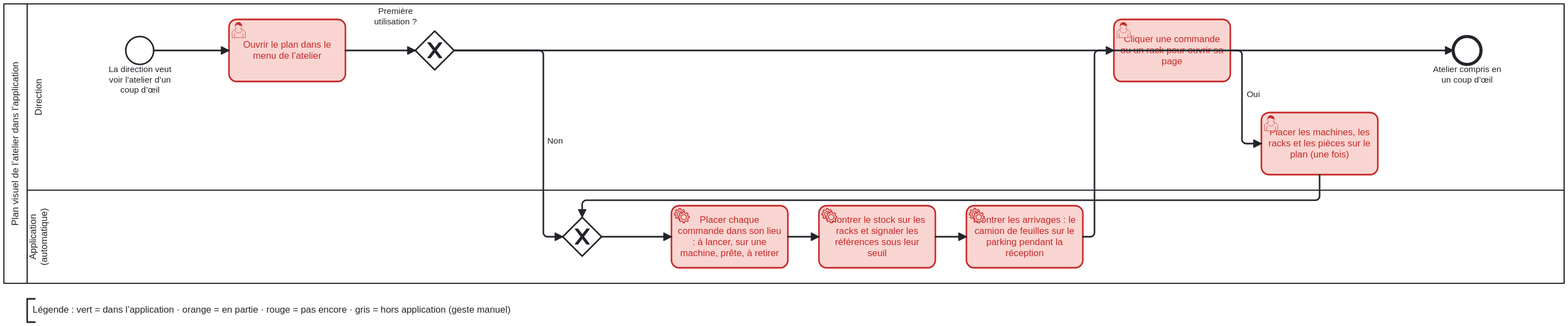
Above: docs/bpmn/12-plan-atelier.svg in abnd-corp/Abatelier (BPMN), before the change. Its source is kept beside it as docs/bpmn/12-plan-atelier.bpmn. Ids are renumbered.
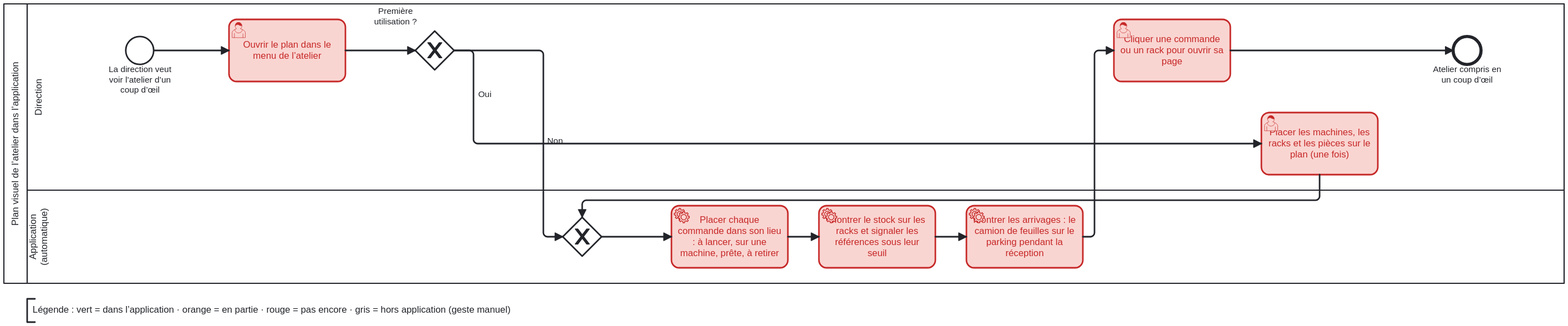
Above is the later version.

The edit, as a diff of the source:
```diff
@@ -130,8 +130,8 @@
       </bpmndi:BPMNEdge>
       <bpmndi:BPMNEdge id="P12_plan_atelier_flux9_di" bpmnElement="P12_plan_atelier_flux9">
         <di:waypoint x="620" y="100" />
-        <di:waypoint x="1635" y="100" />
-        <di:waypoint x="1635" y="220" />
+        <di:waypoint x="645" y="100" />
+        <di:waypoint x="645" y="220" />
         <di:waypoint x="1660" y="220" />
       </bpmndi:BPMNEdge>
       <bpmndi:BPMNEdge id="P12_plan_atelier_flux10_di" bpmnElement="P12_plan_atelier_flux10">
```
